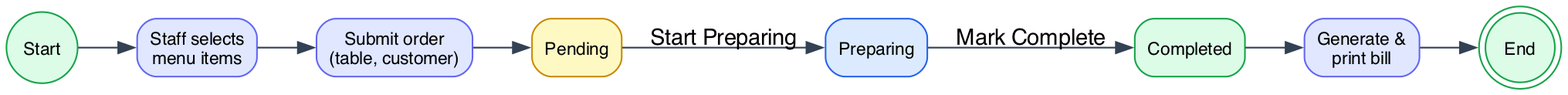
Earlier version of the Graphviz export docs/submission/assets/diagrams/workflow.png (ululululu5656/finalproject). Its source is kept beside it as docs/submission/assets/diagrams/workflow.dot.
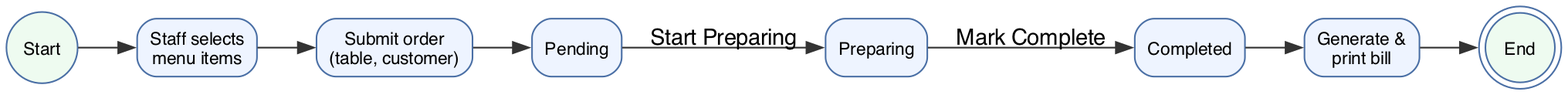
After the change.

Diff of the diagram source:
```diff
@@ -1,17 +1,18 @@
 digraph Workflow {
   rankdir=LR;
-  graph [bgcolor=white, fontname="Helvetica", fontsize=13];
-  node  [fontname="Helvetica", fontsize=11];
-  edge  [fontname="Helvetica", color="#334155"];
+  bgcolor=white;
+  graph [fontname="Helvetica", fontsize=13];
+  node  [fontname="Helvetica", fontsize=11, style="rounded,filled", fillcolor="#eef4ff", color="#4a6fa5"];
+  edge  [fontname="Helvetica", color="#333333"];
 
-  start [shape=circle, style=filled, fillcolor="#dcfce7", color="#16a34a", label="Start", width=0.6];
-  build [shape=box, style="rounded,filled", fillcolor="#e0e7ff", color="#6366f1", label="Staff selects\nmenu items"];
-  submit[shape=box, style="rounded,filled", fillcolor="#e0e7ff", color="#6366f1", label="Submit order\n(table, customer)"];
-  pend  [shape=box, style="rounded,filled", fillcolor="#fef9c3", color="#ca8a04", label="Pending"];
-  prep  [shape=box, style="rounded,filled", fillcolor="#dbeafe", color="#2563eb", label="Preparing"];
-  comp  [shape=box, style="rounded,filled", fillcolor="#dcfce7", color="#16a34a", label="Completed"];
-  bill  [shape=box, style="rounded,filled", fillcolor="#e0e7ff", color="#6366f1", label="Generate &\nprint bill"];
-  end   [shape=doublecircle, style=filled, fillcolor="#dcfce7", color="#16a34a", label="End", width=0.6];
+  start [shape=circle, fillcolor="#eefbf0", label="Start", width=0.6];
+  build [shape=box, label="Staff selects\nmenu items"];
+  submit[shape=box, label="Submit order\n(table, customer)"];
+  pend  [shape=box, label="Pending"];
+  prep  [shape=box, label="Preparing"];
+  comp  [shape=box, label="Completed"];
+  bill  [shape=box, label="Generate &\nprint bill"];
+  end   [shape=doublecircle, fillcolor="#eefbf0", label="End", width=0.6];
 
   start -> build -> submit -> pend;
   pend -> prep [label="Start Preparing"];
```
